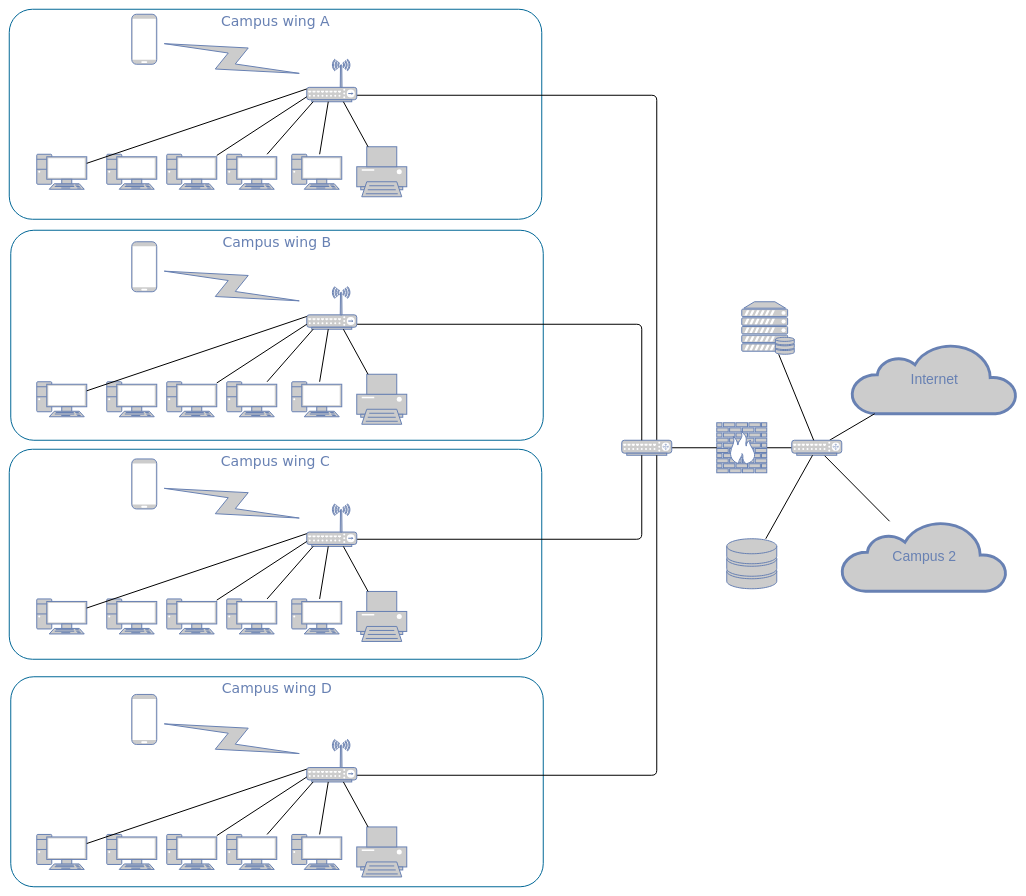
mfbferreira/DRAW_IO keeps this draw.io diagram as spika.drawio. Above is the earlier version. Source tidied: cells renumbered, new cells numbered last; positions are measured from the earlier drawing's top-left corner, leaving out a move shared by most shapes. Both pictures are drawn from the tidied source at 50%, with x=0, y=0 at pixel (9, 9).
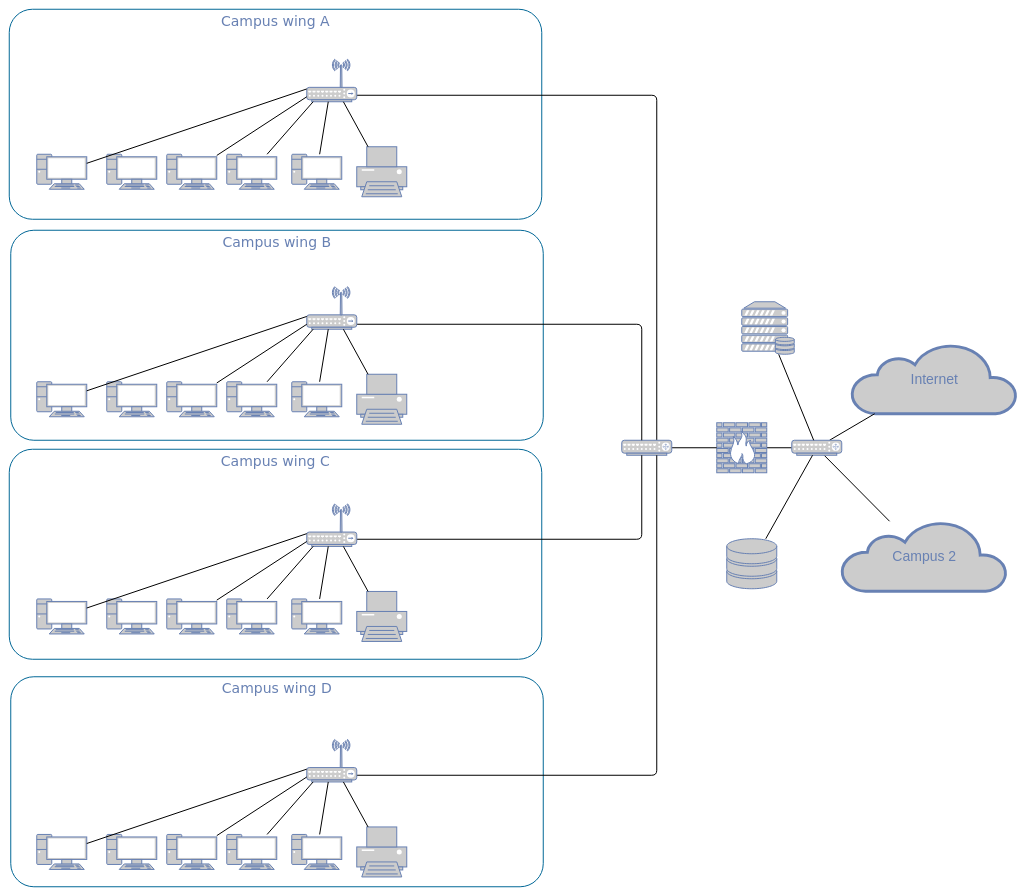
The same page after the edit.

The change refers to these unchanged cells:
```xml
<mxCell id="17" style="fontColor=#0066CC;verticalAlign=top;verticalLabelPosition=bottom;labelPosition=center;align=center;html=1;fillColor=#CCCCCC;strokeColor=#6881B3;gradientColor=none;gradientDirection=north;strokeWidth=2;shape=mxgraph.networks.wireless_hub;rounded=0;shadow=0;comic=0;" parent="1" vertex="1">
  <mxGeometry x="595" y="100" width="100" height="85" as="geometry" />
</mxCell>
<mxCell id="32" style="fontColor=#0066CC;verticalAlign=top;verticalLabelPosition=bottom;labelPosition=center;align=center;html=1;fillColor=#CCCCCC;strokeColor=#6881B3;gradientColor=none;gradientDirection=north;strokeWidth=2;shape=mxgraph.networks.wireless_hub;rounded=0;shadow=0;comic=0;" parent="1" vertex="1">
  <mxGeometry x="595" y="555" width="100" height="85" as="geometry" />
</mxCell>
<mxCell id="47" style="fontColor=#0066CC;verticalAlign=top;verticalLabelPosition=bottom;labelPosition=center;align=center;html=1;fillColor=#CCCCCC;strokeColor=#6881B3;gradientColor=none;gradientDirection=north;strokeWidth=2;shape=mxgraph.networks.wireless_hub;rounded=0;shadow=0;comic=0;" parent="1" vertex="1">
  <mxGeometry x="595" y="989.4" width="100" height="85" as="geometry" />
</mxCell>
<mxCell id="70" style="fontColor=#0066CC;verticalAlign=top;verticalLabelPosition=bottom;labelPosition=center;align=center;html=1;fillColor=#CCCCCC;strokeColor=#6881B3;gradientColor=none;gradientDirection=north;strokeWidth=2;shape=mxgraph.networks.wireless_hub;rounded=0;shadow=0;comic=0;" parent="1" vertex="1">
  <mxGeometry x="595" y="1460.4" width="100" height="85" as="geometry" />
</mxCell>
```

Change to the diagram source:
```diff
@@
-    <mxCell id="23" style="html=1;fillColor=#CCCCCC;strokeColor=#6881B3;gradientColor=none;gradientDirection=north;strokeWidth=2;shape=mxgraph.networks.comm_link_edge;html=1;labelBackgroundColor=none;endArrow=none;endFill=0;fontFamily=Verdana;fontSize=20;" parent="1" edge="1" source="17" target="24">
-      <mxGeometry relative="1" as="geometry" />
-    </mxCell>
-    <mxCell id="24" style="fontColor=#0066CC;verticalAlign=top;verticalLabelPosition=bottom;labelPosition=center;align=center;html=1;fillColor=#CCCCCC;strokeColor=#6881B3;gradientColor=none;gradientDirection=north;strokeWidth=2;shape=mxgraph.networks.mobile;rounded=0;shadow=0;comic=0;" parent="1" vertex="1">
-      <mxGeometry x="245" y="10" width="50" height="100" as="geometry" />
-    </mxCell>
@@
-    <mxCell id="38" style="html=1;fillColor=#CCCCCC;strokeColor=#6881B3;gradientColor=none;gradientDirection=north;strokeWidth=2;shape=mxgraph.networks.comm_link_edge;html=1;labelBackgroundColor=none;endArrow=none;endFill=0;fontFamily=Verdana;fontSize=20;" parent="1" edge="1" source="32" target="39">
-      <mxGeometry relative="1" as="geometry" />
-    </mxCell>
-    <mxCell id="39" style="fontColor=#0066CC;verticalAlign=top;verticalLabelPosition=bottom;labelPosition=center;align=center;html=1;fillColor=#CCCCCC;strokeColor=#6881B3;gradientColor=none;gradientDirection=north;strokeWidth=2;shape=mxgraph.networks.mobile;rounded=0;shadow=0;comic=0;" parent="1" vertex="1">
-      <mxGeometry x="245" y="465" width="50" height="100" as="geometry" />
-    </mxCell>
@@
-    <mxCell id="53" style="html=1;fillColor=#CCCCCC;strokeColor=#6881B3;gradientColor=none;gradientDirection=north;strokeWidth=2;shape=mxgraph.networks.comm_link_edge;html=1;labelBackgroundColor=none;endArrow=none;endFill=0;fontFamily=Verdana;fontSize=20;" parent="1" edge="1" source="47" target="54">
-      <mxGeometry relative="1" as="geometry" />
-    </mxCell>
-    <mxCell id="54" style="fontColor=#0066CC;verticalAlign=top;verticalLabelPosition=bottom;labelPosition=center;align=center;html=1;fillColor=#CCCCCC;strokeColor=#6881B3;gradientColor=none;gradientDirection=north;strokeWidth=2;shape=mxgraph.networks.mobile;rounded=0;shadow=0;comic=0;" parent="1" vertex="1">
-      <mxGeometry x="245" y="899.4" width="50" height="100" as="geometry" />
-    </mxCell>
@@
-    <mxCell id="76" style="html=1;fillColor=#CCCCCC;strokeColor=#6881B3;gradientColor=none;gradientDirection=north;strokeWidth=2;shape=mxgraph.networks.comm_link_edge;html=1;labelBackgroundColor=none;endArrow=none;endFill=0;fontFamily=Verdana;fontSize=20;" parent="1" edge="1" source="70" target="77">
-      <mxGeometry relative="1" as="geometry" />
-    </mxCell>
-    <mxCell id="77" style="fontColor=#0066CC;verticalAlign=top;verticalLabelPosition=bottom;labelPosition=center;align=center;html=1;fillColor=#CCCCCC;strokeColor=#6881B3;gradientColor=none;gradientDirection=north;strokeWidth=2;shape=mxgraph.networks.mobile;rounded=0;shadow=0;comic=0;" parent="1" vertex="1">
-      <mxGeometry x="245" y="1370.4" width="50" height="100" as="geometry" />
-    </mxCell>
```
